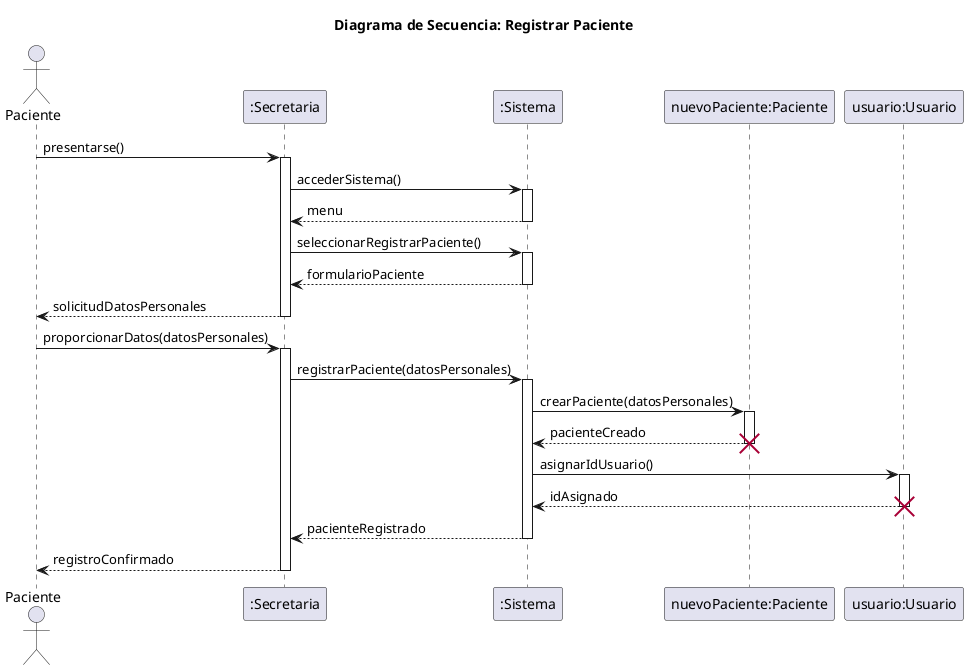
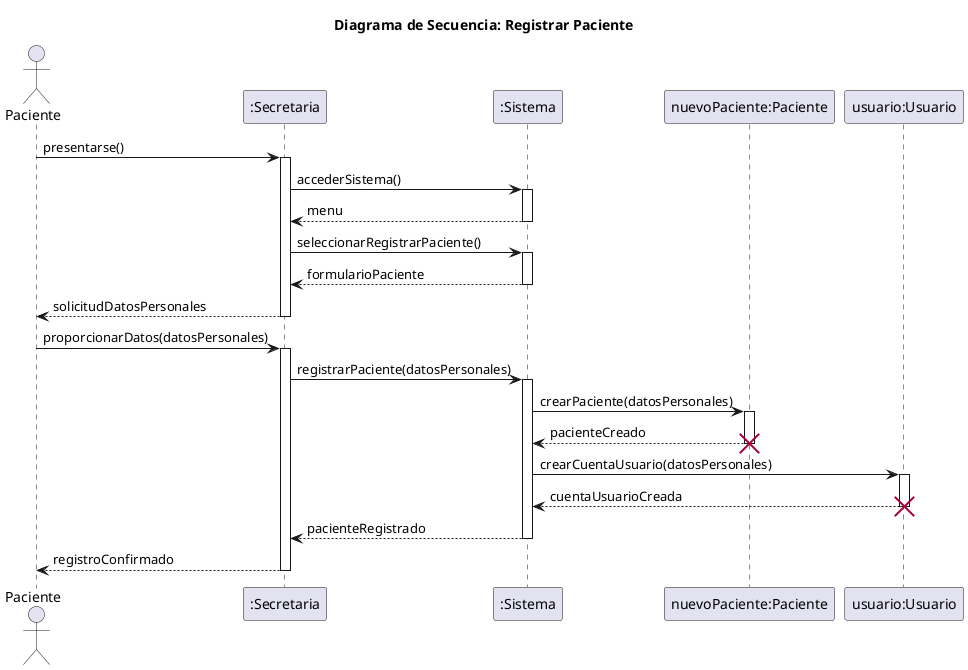
@startuml
title Diagrama de Secuencia: Registrar Paciente

actor Paciente
participant ":Secretaria" as secretaria
participant ":Sistema" as sistema
participant "nuevoPaciente:Paciente" as nuevoPaciente
participant "usuario:Usuario" as usuario

Paciente -> secretaria: presentarse()
activate secretaria
secretaria -> sistema: accederSistema()
activate sistema
sistema --> secretaria: menu
deactivate sistema
secretaria -> sistema: seleccionarRegistrarPaciente()
activate sistema
sistema --> secretaria: formularioPaciente
deactivate sistema
secretaria --> Paciente: solicitudDatosPersonales
deactivate secretaria

Paciente -> secretaria: proporcionarDatos(datosPersonales)
activate secretaria
secretaria -> sistema: registrarPaciente(datosPersonales)
activate sistema
sistema -> nuevoPaciente: crearPaciente(datosPersonales)
activate nuevoPaciente
nuevoPaciente --> sistema: pacienteCreado
deactivate nuevoPaciente
destroy nuevoPaciente

- sistema -> usuario: asignarIdUsuario()
+ sistema -> usuario: crearCuentaUsuario(datosPersonales)
activate usuario
- usuario --> sistema: idAsignado
+ usuario --> sistema: cuentaUsuarioCreada
deactivate usuario
destroy usuario

sistema --> secretaria: pacienteRegistrado
deactivate sistema
secretaria --> Paciente: registroConfirmado
deactivate secretaria
@enduml